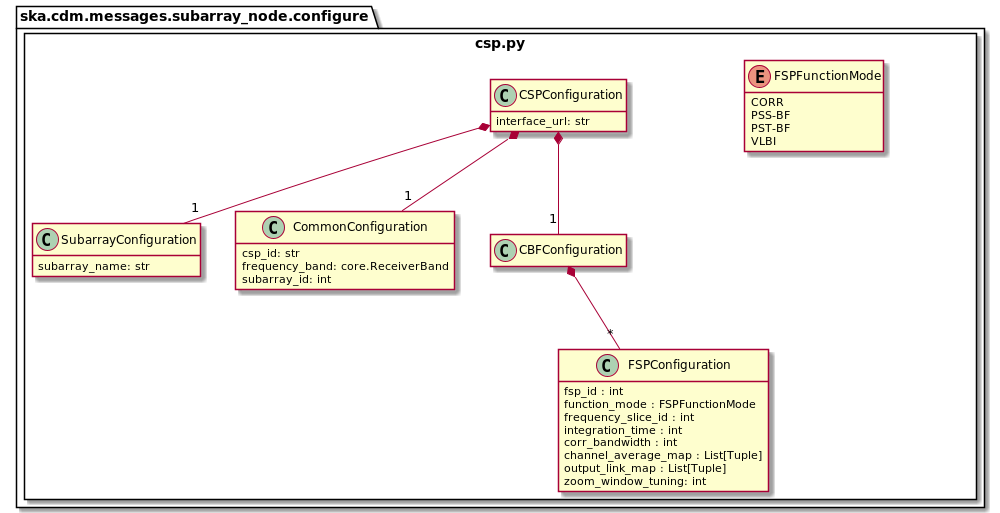
This is docs/src/developer/subarraynode/csp.png from ska-telescope/cdm-shared-library, a PlantUML export, as it was before one commit.
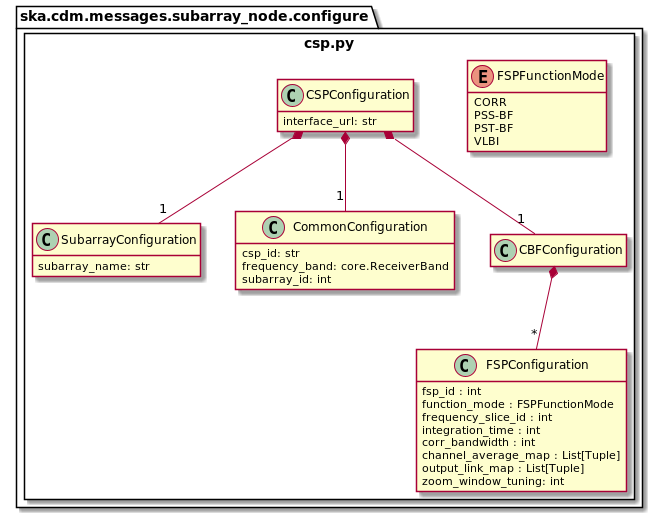
After the commit.

Commit message:
Use remove instead of hide keyword to not include classes in  PlantUML

What changed in the source:
```diff
@@ -1,9 +1,9 @@
 @startuml
 hide empty members
 
-hide VLBIConfiguration
-hide PSTConfiguration
-hide PSSConfiguration
+remove VLBIConfiguration
+remove PSTConfiguration
+remove PSSConfiguration
 
 package ska.cdm.messages.subarray_node.configure {
 	package csp.py <<Rectangle>> {
```
